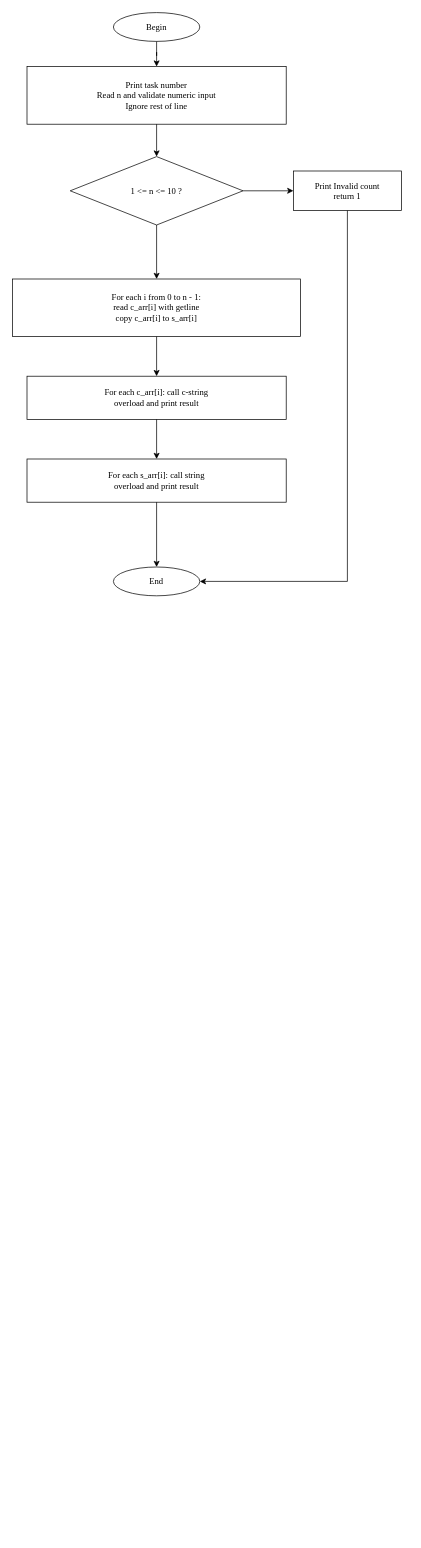
This is page "main" (3 of 3) of LAB2_1/LAB2_1.drawio from st93642/TSI, a draw.io file, before an edit. Source tidied: cells renumbered, new cells numbered last; positions are measured from the earlier drawing's top-left corner, leaving out a move shared by most shapes. Both pictures are drawn from the tidied source at 72%, with x=0, y=0 at pixel (12, 12).
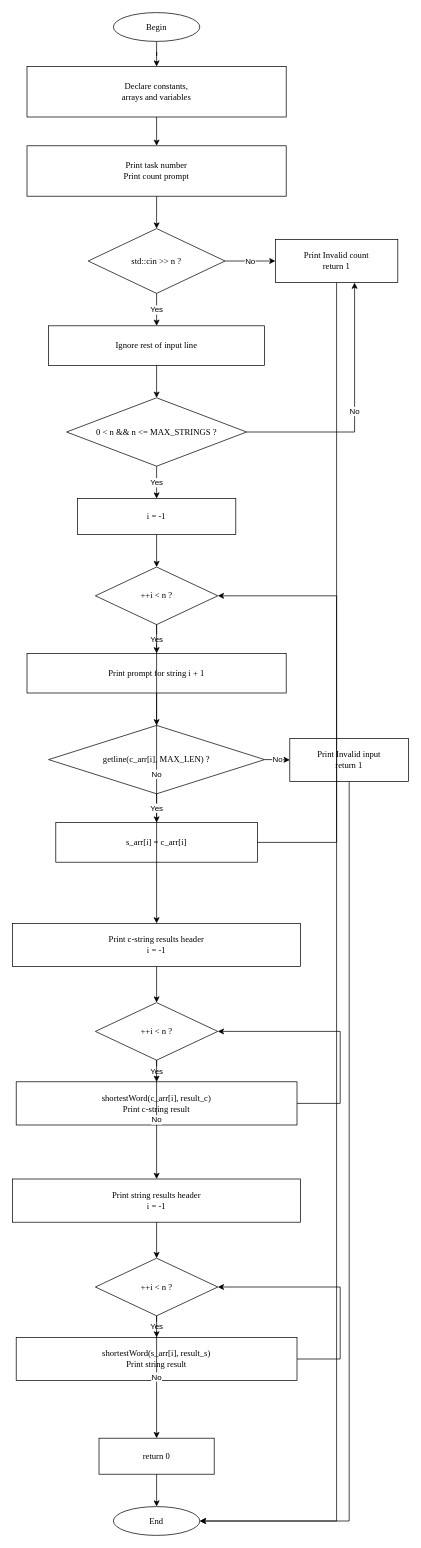
Above is the later version.

Change to the diagram source:
```diff
@@
-    <mxCell id="3" value="Print task number&lt;br&gt;Read n and validate numeric input&lt;br&gt;Ignore rest of line" style="rounded=0;whiteSpace=wrap;html=1;fontFamily=Times New Roman;fontSize=12;" parent="1" vertex="1">
-      <mxGeometry x="20" y="75" width="360" height="80" as="geometry" />
+    <mxCell id="3" value="Declare constants,&lt;br&gt;arrays and variables" style="rounded=0;whiteSpace=wrap;html=1;fontFamily=Times New Roman;fontSize=12;" parent="1" vertex="1">
+      <mxGeometry x="20" y="75" width="360" height="70" as="geometry" />
     </mxCell>
+    <mxCell id="5" value="Print task number&lt;br&gt;Print count prompt" style="rounded=0;whiteSpace=wrap;html=1;fontFamily=Times New Roman;fontSize=12;" parent="1" vertex="1">
+      <mxGeometry x="20" y="185" width="360" height="70" as="geometry" />
+    </mxCell>
-    <mxCell id="4" value="1 &lt;= n &lt;= 10 ?" style="rhombus;whiteSpace=wrap;html=1;fontFamily=Times New Roman;fontSize=12;" parent="1" vertex="1">
-      <mxGeometry x="80" y="200" width="240" height="95" as="geometry" />
+    <mxCell id="4" value="std::cin &gt;&gt; n ?" style="rhombus;whiteSpace=wrap;html=1;fontFamily=Times New Roman;fontSize=12;" parent="1" vertex="1">
+      <mxGeometry x="105" y="300" width="190" height="90" as="geometry" />
     </mxCell>
-    <mxCell id="5" value="Print Invalid count&lt;br&gt;return 1" style="rounded=0;whiteSpace=wrap;html=1;fontFamily=Times New Roman;fontSize=12;" parent="1" vertex="1">
-      <mxGeometry x="390" y="220" width="150" height="55" as="geometry" />
-    </mxCell>
-    <mxCell id="6" value="For each i from 0 to n - 1:&lt;br&gt;read c_arr[i] with getline&lt;br&gt;copy c_arr[i] to s_arr[i]" style="rounded=0;whiteSpace=wrap;html=1;fontFamily=Times New Roman;fontSize=12;" parent="1" vertex="1">
-      <mxGeometry y="370" width="400" height="80" as="geometry" />
+    <mxCell id="6" value="Print Invalid count&lt;br&gt;return 1" style="rounded=0;whiteSpace=wrap;html=1;fontFamily=Times New Roman;fontSize=12;" parent="1" vertex="1">
+      <mxGeometry x="365" y="315" width="170" height="60" as="geometry" />
     </mxCell>
-    <mxCell id="7" value="For each c_arr[i]: call c-string&lt;br&gt;overload and print result" style="rounded=0;whiteSpace=wrap;html=1;fontFamily=Times New Roman;fontSize=12;" parent="1" vertex="1">
-      <mxGeometry x="20" y="505" width="360" height="60" as="geometry" />
+    <mxCell id="7" value="Ignore rest of input line" style="rounded=0;whiteSpace=wrap;html=1;fontFamily=Times New Roman;fontSize=12;" parent="1" vertex="1">
+      <mxGeometry x="50" y="435" width="300" height="55" as="geometry" />
     </mxCell>
+    <mxCell id="18" value="0 &lt; n &amp;&amp; n &lt;= MAX_STRINGS ?" style="rhombus;whiteSpace=wrap;html=1;fontFamily=Times New Roman;fontSize=12;" parent="1" vertex="1">
+      <mxGeometry x="75" y="535" width="250" height="95" as="geometry" />
+    </mxCell>
-    <mxCell id="8" value="For each s_arr[i]: call string&lt;br&gt;overload and print result" style="rounded=0;whiteSpace=wrap;html=1;fontFamily=Times New Roman;fontSize=12;" parent="1" vertex="1">
-      <mxGeometry x="20" y="620" width="360" height="60" as="geometry" />
+    <mxCell id="8" value="i = -1" style="rounded=0;whiteSpace=wrap;html=1;fontFamily=Times New Roman;fontSize=12;" parent="1" vertex="1">
+      <mxGeometry x="90" y="675" width="220" height="50" as="geometry" />
     </mxCell>
+    <mxCell id="19" value="++i &lt; n ?" style="rhombus;whiteSpace=wrap;html=1;fontFamily=Times New Roman;fontSize=12;" parent="1" vertex="1">
+      <mxGeometry x="115" y="770" width="170" height="80" as="geometry" />
+    </mxCell>
+    <mxCell id="20" value="Print prompt for string i + 1" style="rounded=0;whiteSpace=wrap;html=1;fontFamily=Times New Roman;fontSize=12;" parent="1" vertex="1">
+      <mxGeometry x="20" y="890" width="360" height="55" as="geometry" />
+    </mxCell>
+    <mxCell id="21" value="getline(c_arr[i], MAX_LEN) ?" style="rhombus;whiteSpace=wrap;html=1;fontFamily=Times New Roman;fontSize=12;" parent="1" vertex="1">
+      <mxGeometry x="50" y="990" width="300" height="95" as="geometry" />
+    </mxCell>
+    <mxCell id="22" value="Print Invalid input&lt;br&gt;return 1" style="rounded=0;whiteSpace=wrap;html=1;fontFamily=Times New Roman;fontSize=12;" parent="1" vertex="1">
+      <mxGeometry x="385" y="1008" width="165" height="60" as="geometry" />
+    </mxCell>
+    <mxCell id="23" value="s_arr[i] = c_arr[i]" style="rounded=0;whiteSpace=wrap;html=1;fontFamily=Times New Roman;fontSize=12;" parent="1" vertex="1">
+      <mxGeometry x="60" y="1125" width="280" height="55" as="geometry" />
+    </mxCell>
+    <mxCell id="24" value="Print c-string results header&lt;br&gt;i = -1" style="rounded=0;whiteSpace=wrap;html=1;fontFamily=Times New Roman;fontSize=12;" parent="1" vertex="1">
+      <mxGeometry y="1265" width="400" height="60" as="geometry" />
+    </mxCell>
+    <mxCell id="25" value="++i &lt; n ?" style="rhombus;whiteSpace=wrap;html=1;fontFamily=Times New Roman;fontSize=12;" parent="1" vertex="1">
+      <mxGeometry x="115" y="1375" width="170" height="80" as="geometry" />
+    </mxCell>
+    <mxCell id="26" value="shortestWord(c_arr[i], result_c)&lt;br&gt;Print c-string result" style="rounded=0;whiteSpace=wrap;html=1;fontFamily=Times New Roman;fontSize=12;" parent="1" vertex="1">
+      <mxGeometry x="5" y="1485" width="390" height="60" as="geometry" />
+    </mxCell>
+    <mxCell id="27" value="Print string results header&lt;br&gt;i = -1" style="rounded=0;whiteSpace=wrap;html=1;fontFamily=Times New Roman;fontSize=12;" parent="1" vertex="1">
+      <mxGeometry y="1620" width="400" height="60" as="geometry" />
+    </mxCell>
+    <mxCell id="28" value="++i &lt; n ?" style="rhombus;whiteSpace=wrap;html=1;fontFamily=Times New Roman;fontSize=12;" parent="1" vertex="1">
+      <mxGeometry x="115" y="1730" width="170" height="80" as="geometry" />
+    </mxCell>
+    <mxCell id="29" value="shortestWord(s_arr[i], result_s)&lt;br&gt;Print string result" style="rounded=0;whiteSpace=wrap;html=1;fontFamily=Times New Roman;fontSize=12;" parent="1" vertex="1">
+      <mxGeometry x="5" y="1840" width="390" height="60" as="geometry" />
+    </mxCell>
+    <mxCell id="30" value="return 0" style="rounded=0;whiteSpace=wrap;html=1;fontFamily=Times New Roman;fontSize=12;" parent="1" vertex="1">
+      <mxGeometry x="120" y="1980" width="160" height="50" as="geometry" />
+    </mxCell>
     <mxCell id="9" value="End" style="ellipse;whiteSpace=wrap;html=1;fontFamily=Times New Roman;fontSize=12;" parent="1" vertex="1">
-      <mxGeometry x="140" y="770" width="120" height="40" as="geometry" />
+      <mxGeometry x="140" y="2075" width="120" height="40" as="geometry" />
     </mxCell>
@@
-    <mxCell id="11" style="edgeStyle=orthogonalEdgeStyle;rounded=0;jettySize=auto;html=1;" parent="1" edge="1" source="3" target="4">
+    <mxCell id="11" style="edgeStyle=orthogonalEdgeStyle;rounded=0;jettySize=auto;html=1;" parent="1" edge="1" source="3" target="5">
       <mxGeometry relative="1" as="geometry" />
     </mxCell>
-    <mxCell id="12" style="edgeStyle=orthogonalEdgeStyle;rounded=0;jettySize=auto;html=1;" parent="1" edge="1" source="4" target="6">
+    <mxCell id="12" style="edgeStyle=orthogonalEdgeStyle;rounded=0;jettySize=auto;html=1;" parent="1" edge="1" source="5" target="4">
       <mxGeometry relative="1" as="geometry" />
     </mxCell>
-    <mxCell id="13" style="edgeStyle=orthogonalEdgeStyle;rounded=0;jettySize=auto;html=1;" parent="1" edge="1" source="4" target="5">
+    <mxCell id="13" value="No" style="edgeStyle=orthogonalEdgeStyle;rounded=0;jettySize=auto;html=1;" parent="1" edge="1" source="4" target="6">
       <mxGeometry relative="1" as="geometry" />
     </mxCell>
-    <mxCell id="14" style="edgeStyle=orthogonalEdgeStyle;rounded=0;jettySize=auto;html=1;" parent="1" edge="1" source="6" target="7">
+    <mxCell id="14" value="Yes" style="edgeStyle=orthogonalEdgeStyle;rounded=0;jettySize=auto;html=1;" parent="1" edge="1" source="4" target="7">
       <mxGeometry relative="1" as="geometry" />
     </mxCell>
-    <mxCell id="15" style="edgeStyle=orthogonalEdgeStyle;rounded=0;jettySize=auto;html=1;" parent="1" edge="1" source="7" target="8">
+    <mxCell id="15" style="edgeStyle=orthogonalEdgeStyle;rounded=0;jettySize=auto;html=1;" parent="1" edge="1" source="7" target="18">
       <mxGeometry relative="1" as="geometry" />
     </mxCell>
-    <mxCell id="16" style="edgeStyle=orthogonalEdgeStyle;rounded=0;jettySize=auto;html=1;" parent="1" edge="1" source="8" target="9">
-      <mxGeometry relative="1" as="geometry" />
+    <mxCell id="16" value="No" style="edgeStyle=orthogonalEdgeStyle;rounded=0;jettySize=auto;html=1;" parent="1" edge="1" source="18" target="6">
+      <mxGeometry relative="1" as="geometry">
+        <Array as="points">
+          <mxPoint x="475" y="582" />
+          <mxPoint x="475" y="345" />
+        </Array>
+      </mxGeometry>
     </mxCell>
-    <mxCell id="17" style="edgeStyle=orthogonalEdgeStyle;rounded=0;jettySize=auto;html=1;" parent="1" edge="1" source="5" target="9">
-      <mxGeometry relative="1" as="geometry">
-        <Array as="points">
-          <mxPoint x="465" y="790" />
-        </Array>
-      </mxGeometry>
+    <mxCell id="17" value="Yes" style="edgeStyle=orthogonalEdgeStyle;rounded=0;jettySize=auto;html=1;" parent="1" edge="1" source="18" target="8">
+      <mxGeometry relative="1" as="geometry" />
     </mxCell>
+    <mxCell id="31" style="edgeStyle=orthogonalEdgeStyle;rounded=0;jettySize=auto;html=1;" parent="1" edge="1" source="8" target="19">
+      <mxGeometry relative="1" as="geometry" />
+    </mxCell>
+    <mxCell id="32" value="Yes" style="edgeStyle=orthogonalEdgeStyle;rounded=0;jettySize=auto;html=1;" parent="1" edge="1" source="19" target="20">
+      <mxGeometry relative="1" as="geometry" />
+    </mxCell>
+    <mxCell id="33" value="No" style="edgeStyle=orthogonalEdgeStyle;rounded=0;jettySize=auto;html=1;" parent="1" edge="1" source="19" target="24">
+      <mxGeometry relative="1" as="geometry" />
+    </mxCell>
+    <mxCell id="34" style="edgeStyle=orthogonalEdgeStyle;rounded=0;jettySize=auto;html=1;" parent="1" edge="1" source="20" target="21">
+      <mxGeometry relative="1" as="geometry" />
+    </mxCell>
+    <mxCell id="35" value="No" style="edgeStyle=orthogonalEdgeStyle;rounded=0;jettySize=auto;html=1;" parent="1" edge="1" source="21" target="22">
+      <mxGeometry relative="1" as="geometry" />
+    </mxCell>
+    <mxCell id="36" value="Yes" style="edgeStyle=orthogonalEdgeStyle;rounded=0;jettySize=auto;html=1;" parent="1" edge="1" source="21" target="23">
+      <mxGeometry relative="1" as="geometry" />
+    </mxCell>
+    <mxCell id="37" style="edgeStyle=orthogonalEdgeStyle;rounded=0;jettySize=auto;html=1;" parent="1" edge="1" source="23" target="19">
+      <mxGeometry relative="1" as="geometry">
+        <Array as="points">
+          <mxPoint x="450" y="1152" />
+          <mxPoint x="450" y="810" />
+        </Array>
+      </mxGeometry>
+    </mxCell>
+    <mxCell id="38" style="edgeStyle=orthogonalEdgeStyle;rounded=0;jettySize=auto;html=1;" parent="1" edge="1" source="24" target="25">
+      <mxGeometry relative="1" as="geometry" />
+    </mxCell>
+    <mxCell id="39" value="Yes" style="edgeStyle=orthogonalEdgeStyle;rounded=0;jettySize=auto;html=1;" parent="1" edge="1" source="25" target="26">
+      <mxGeometry relative="1" as="geometry" />
+    </mxCell>
+    <mxCell id="40" value="No" style="edgeStyle=orthogonalEdgeStyle;rounded=0;jettySize=auto;html=1;" parent="1" edge="1" source="25" target="27">
+      <mxGeometry relative="1" as="geometry" />
+    </mxCell>
+    <mxCell id="41" style="edgeStyle=orthogonalEdgeStyle;rounded=0;jettySize=auto;html=1;" parent="1" edge="1" source="26" target="25">
+      <mxGeometry relative="1" as="geometry">
+        <Array as="points">
+          <mxPoint x="455" y="1515" />
+          <mxPoint x="455" y="1415" />
+        </Array>
+      </mxGeometry>
+    </mxCell>
+    <mxCell id="42" style="edgeStyle=orthogonalEdgeStyle;rounded=0;jettySize=auto;html=1;" parent="1" edge="1" source="27" target="28">
+      <mxGeometry relative="1" as="geometry" />
+    </mxCell>
+    <mxCell id="43" value="Yes" style="edgeStyle=orthogonalEdgeStyle;rounded=0;jettySize=auto;html=1;" parent="1" edge="1" source="28" target="29">
+      <mxGeometry relative="1" as="geometry" />
+    </mxCell>
+    <mxCell id="44" value="No" style="edgeStyle=orthogonalEdgeStyle;rounded=0;jettySize=auto;html=1;" parent="1" edge="1" source="28" target="30">
+      <mxGeometry relative="1" as="geometry" />
+    </mxCell>
+    <mxCell id="45" style="edgeStyle=orthogonalEdgeStyle;rounded=0;jettySize=auto;html=1;" parent="1" edge="1" source="29" target="28">
+      <mxGeometry relative="1" as="geometry">
+        <Array as="points">
+          <mxPoint x="455" y="1870" />
+          <mxPoint x="455" y="1770" />
+        </Array>
+      </mxGeometry>
+    </mxCell>
+    <mxCell id="46" style="edgeStyle=orthogonalEdgeStyle;rounded=0;jettySize=auto;html=1;" parent="1" edge="1" source="30" target="9">
+      <mxGeometry relative="1" as="geometry" />
+    </mxCell>
+    <mxCell id="47" style="edgeStyle=orthogonalEdgeStyle;rounded=0;jettySize=auto;html=1;" parent="1" edge="1" source="6" target="9">
+      <mxGeometry relative="1" as="geometry">
+        <Array as="points">
+          <mxPoint x="450" y="2095" />
+        </Array>
+      </mxGeometry>
+    </mxCell>
+    <mxCell id="48" style="edgeStyle=orthogonalEdgeStyle;rounded=0;jettySize=auto;html=1;" parent="1" edge="1" source="22" target="9">
+      <mxGeometry relative="1" as="geometry">
+        <Array as="points">
+          <mxPoint x="468" y="2095" />
+        </Array>
+      </mxGeometry>
+    </mxCell>
```
